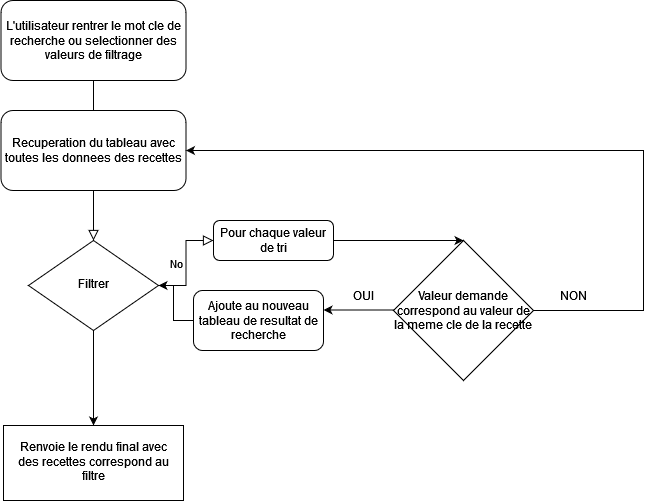
Above: Untitled Diagram.drawio.png in JacquesN16/P7-Search-Algo (draw.io), before the change. Source tidied: cells renumbered, new cells last; positions are measured from the earlier drawing's top-left corner, leaving out a move shared by most shapes. Its diagram source:
```xml
<mxGraphModel>
  <root>
    <mxCell id="0" />
    <mxCell id="1" parent="0" />
    <mxCell id="2" style="rounded=0;html=1;jettySize=auto;fontSize=11;endArrow=block;endFill=0;endSize=8;strokeWidth=1;shadow=0;labelBackgroundColor=none;edgeStyle=orthogonalEdgeStyle;" parent="1" edge="1" source="3" target="6">
      <mxGeometry relative="1" as="geometry" />
    </mxCell>
    <mxCell id="3" value="L'utilisateur rentrer le mot cle de recherche ou selectionner des valeurs de filtrage" style="rounded=1;whiteSpace=wrap;html=1;fontSize=12;glass=0;strokeWidth=1;shadow=0;" parent="1" vertex="1">
      <mxGeometry x="-0.5" width="185" height="80" as="geometry" />
    </mxCell>
    <mxCell id="4" value="No" style="edgeStyle=orthogonalEdgeStyle;rounded=0;html=1;jettySize=auto;fontSize=11;endArrow=block;endFill=0;endSize=8;strokeWidth=1;shadow=0;labelBackgroundColor=none;" parent="1" edge="1" source="6" target="8">
      <mxGeometry y="10" relative="1" as="geometry" />
    </mxCell>
    <mxCell id="5" style="edgeStyle=orthogonalEdgeStyle;rounded=0;jettySize=auto;html=1;" parent="1" edge="1" source="6" target="17">
      <mxGeometry relative="1" as="geometry" />
    </mxCell>
    <mxCell id="6" value="Filtrer" style="rhombus;whiteSpace=wrap;html=1;shadow=0;fontFamily=Helvetica;fontSize=12;align=center;strokeWidth=1;spacing=6;spacingTop=-4;" parent="1" vertex="1">
      <mxGeometry x="27" y="240" width="130" height="90" as="geometry" />
    </mxCell>
    <mxCell id="7" style="edgeStyle=orthogonalEdgeStyle;rounded=0;jettySize=auto;html=1;" parent="1" edge="1" source="8" target="12">
      <mxGeometry relative="1" as="geometry">
        <Array as="points">
          <mxPoint x="432" y="240" />
          <mxPoint x="432" y="240" />
        </Array>
      </mxGeometry>
    </mxCell>
    <mxCell id="8" value="Pour chaque valeur de tri" style="rounded=1;whiteSpace=wrap;html=1;fontSize=12;glass=0;strokeWidth=1;shadow=0;" parent="1" vertex="1">
      <mxGeometry x="212" y="220" width="120" height="40" as="geometry" />
    </mxCell>
    <mxCell id="9" value="Recuperation du tableau avec toutes les donnees des recettes" style="rounded=1;whiteSpace=wrap;html=1;fontSize=12;glass=0;strokeWidth=1;shadow=0;" parent="1" vertex="1">
      <mxGeometry x="-0.5" y="110" width="185" height="80" as="geometry" />
    </mxCell>
    <mxCell id="10" style="edgeStyle=orthogonalEdgeStyle;rounded=0;orthogonalLoop=1;jettySize=auto;html=1;" parent="1" edge="1">
      <mxGeometry relative="1" as="geometry">
        <mxPoint x="452" y="309.5" as="sourcePoint" />
        <mxPoint x="322" y="309.5" as="targetPoint" />
        <Array as="points">
          <mxPoint x="442" y="309.5" />
        </Array>
      </mxGeometry>
    </mxCell>
    <mxCell id="11" style="edgeStyle=orthogonalEdgeStyle;rounded=0;jettySize=auto;html=1;entryX=1;entryY=0.5;entryDx=0;entryDy=0;" parent="1" edge="1" source="12" target="9">
      <mxGeometry relative="1" as="geometry">
        <Array as="points">
          <mxPoint x="642" y="310" />
          <mxPoint x="642" y="150" />
        </Array>
      </mxGeometry>
    </mxCell>
    <mxCell id="12" value="Valeur demande correspond au valeur de la meme cle de la recette" style="rhombus;whiteSpace=wrap;html=1;" parent="1" vertex="1">
      <mxGeometry x="392" y="240" width="140" height="140" as="geometry" />
    </mxCell>
    <mxCell id="13" value="OUI" style="text;html=1;strokeColor=none;fillColor=none;align=center;verticalAlign=middle;whiteSpace=wrap;rounded=0;" parent="1" vertex="1">
      <mxGeometry x="332" y="280" width="60" height="30" as="geometry" />
    </mxCell>
    <mxCell id="14" value="NON" style="text;html=1;strokeColor=none;fillColor=none;align=center;verticalAlign=middle;whiteSpace=wrap;rounded=0;" parent="1" vertex="1">
      <mxGeometry x="542" y="280" width="60" height="30" as="geometry" />
    </mxCell>
    <mxCell id="15" style="edgeStyle=orthogonalEdgeStyle;rounded=0;jettySize=auto;html=1;" parent="1" edge="1" source="16" target="6">
      <mxGeometry relative="1" as="geometry" />
    </mxCell>
    <mxCell id="16" value="Ajoute au nouveau tableau de resultat de recherche" style="rounded=1;whiteSpace=wrap;html=1;" parent="1" vertex="1">
      <mxGeometry x="192" y="290" width="130" height="60" as="geometry" />
    </mxCell>
    <mxCell id="17" value="Renvoie le rendu final avec des recettes correspond au filtre" style="whiteSpace=wrap;html=1;shadow=0;strokeWidth=1;spacing=6;spacingTop=-4;" parent="1" vertex="1">
      <mxGeometry x="2" y="425" width="180" height="75" as="geometry" />
    </mxCell>
  </root>
</mxGraphModel>
```
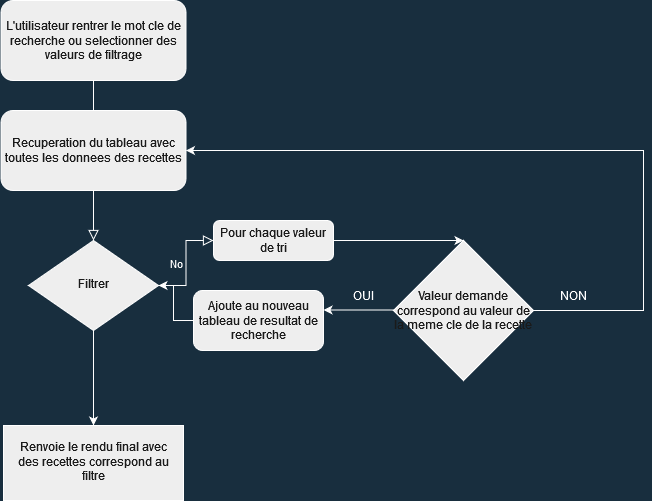
Above is the later version.

Diff of the diagram source:
```diff
@@ -1,23 +1,23 @@
-<mxGraphModel>
+<mxGraphModel background="#182E3E">
   <root>
     <mxCell id="0" />
     <mxCell id="1" parent="0" />
-    <mxCell id="2" style="rounded=0;html=1;jettySize=auto;fontSize=11;endArrow=block;endFill=0;endSize=8;strokeWidth=1;shadow=0;labelBackgroundColor=none;edgeStyle=orthogonalEdgeStyle;" parent="1" edge="1" source="3" target="6">
+    <mxCell id="2" style="rounded=0;html=1;jettySize=auto;fontSize=11;endArrow=block;endFill=0;endSize=8;strokeWidth=1;shadow=0;labelBackgroundColor=none;edgeStyle=orthogonalEdgeStyle;strokeColor=#FFFFFF;fontColor=#FFFFFF;" parent="1" edge="1" source="3" target="6">
       <mxGeometry relative="1" as="geometry" />
     </mxCell>
-    <mxCell id="3" value="L'utilisateur rentrer le mot cle de recherche ou selectionner des valeurs de filtrage" style="rounded=1;whiteSpace=wrap;html=1;fontSize=12;glass=0;strokeWidth=1;shadow=0;" parent="1" vertex="1">
+    <mxCell id="3" value="L'utilisateur rentrer le mot cle de recherche ou selectionner des valeurs de filtrage" style="rounded=1;whiteSpace=wrap;html=1;fontSize=12;glass=0;strokeWidth=1;shadow=0;fillColor=#EEEEEE;strokeColor=#FFFFFF;fontColor=#1A1A1A;" parent="1" vertex="1">
       <mxGeometry x="-0.5" width="185" height="80" as="geometry" />
     </mxCell>
-    <mxCell id="4" value="No" style="edgeStyle=orthogonalEdgeStyle;rounded=0;html=1;jettySize=auto;fontSize=11;endArrow=block;endFill=0;endSize=8;strokeWidth=1;shadow=0;labelBackgroundColor=none;" parent="1" edge="1" source="6" target="8">
+    <mxCell id="4" value="No" style="edgeStyle=orthogonalEdgeStyle;rounded=0;html=1;jettySize=auto;fontSize=11;endArrow=block;endFill=0;endSize=8;strokeWidth=1;shadow=0;labelBackgroundColor=none;strokeColor=#FFFFFF;fontColor=#FFFFFF;" parent="1" edge="1" source="6" target="8">
       <mxGeometry y="10" relative="1" as="geometry" />
     </mxCell>
-    <mxCell id="5" style="edgeStyle=orthogonalEdgeStyle;rounded=0;jettySize=auto;html=1;" parent="1" edge="1" source="6" target="17">
+    <mxCell id="5" style="edgeStyle=orthogonalEdgeStyle;rounded=0;jettySize=auto;html=1;labelBackgroundColor=#182E3E;strokeColor=#FFFFFF;fontColor=#FFFFFF;" parent="1" edge="1" source="6" target="17">
       <mxGeometry relative="1" as="geometry" />
     </mxCell>
-    <mxCell id="6" value="Filtrer" style="rhombus;whiteSpace=wrap;html=1;shadow=0;fontFamily=Helvetica;fontSize=12;align=center;strokeWidth=1;spacing=6;spacingTop=-4;" parent="1" vertex="1">
+    <mxCell id="6" value="Filtrer" style="rhombus;whiteSpace=wrap;html=1;shadow=0;fontFamily=Helvetica;fontSize=12;align=center;strokeWidth=1;spacing=6;spacingTop=-4;fillColor=#EEEEEE;strokeColor=#FFFFFF;fontColor=#1A1A1A;" parent="1" vertex="1">
       <mxGeometry x="27" y="240" width="130" height="90" as="geometry" />
     </mxCell>
-    <mxCell id="7" style="edgeStyle=orthogonalEdgeStyle;rounded=0;jettySize=auto;html=1;" parent="1" edge="1" source="8" target="12">
+    <mxCell id="7" style="edgeStyle=orthogonalEdgeStyle;rounded=0;jettySize=auto;html=1;labelBackgroundColor=#182E3E;strokeColor=#FFFFFF;fontColor=#FFFFFF;" parent="1" edge="1" source="8" target="12">
       <mxGeometry relative="1" as="geometry">
         <Array as="points">
           <mxPoint x="432" y="240" />
@@ -25,13 +25,13 @@
         </Array>
       </mxGeometry>
     </mxCell>
-    <mxCell id="8" value="Pour chaque valeur de tri" style="rounded=1;whiteSpace=wrap;html=1;fontSize=12;glass=0;strokeWidth=1;shadow=0;" parent="1" vertex="1">
+    <mxCell id="8" value="Pour chaque valeur de tri" style="rounded=1;whiteSpace=wrap;html=1;fontSize=12;glass=0;strokeWidth=1;shadow=0;fillColor=#EEEEEE;strokeColor=#FFFFFF;fontColor=#1A1A1A;" parent="1" vertex="1">
       <mxGeometry x="212" y="220" width="120" height="40" as="geometry" />
     </mxCell>
-    <mxCell id="9" value="Recuperation du tableau avec toutes les donnees des recettes" style="rounded=1;whiteSpace=wrap;html=1;fontSize=12;glass=0;strokeWidth=1;shadow=0;" parent="1" vertex="1">
+    <mxCell id="9" value="Recuperation du tableau avec toutes les donnees des recettes" style="rounded=1;whiteSpace=wrap;html=1;fontSize=12;glass=0;strokeWidth=1;shadow=0;fillColor=#EEEEEE;strokeColor=#FFFFFF;fontColor=#1A1A1A;" parent="1" vertex="1">
       <mxGeometry x="-0.5" y="110" width="185" height="80" as="geometry" />
     </mxCell>
-    <mxCell id="10" style="edgeStyle=orthogonalEdgeStyle;rounded=0;orthogonalLoop=1;jettySize=auto;html=1;" parent="1" edge="1">
+    <mxCell id="10" style="edgeStyle=orthogonalEdgeStyle;rounded=0;orthogonalLoop=1;jettySize=auto;html=1;labelBackgroundColor=#182E3E;strokeColor=#FFFFFF;fontColor=#FFFFFF;" parent="1" edge="1">
       <mxGeometry relative="1" as="geometry">
         <mxPoint x="452" y="309.5" as="sourcePoint" />
         <mxPoint x="322" y="309.5" as="targetPoint" />
@@ -40,7 +40,7 @@
         </Array>
       </mxGeometry>
     </mxCell>
-    <mxCell id="11" style="edgeStyle=orthogonalEdgeStyle;rounded=0;jettySize=auto;html=1;entryX=1;entryY=0.5;entryDx=0;entryDy=0;" parent="1" edge="1" source="12" target="9">
+    <mxCell id="11" style="edgeStyle=orthogonalEdgeStyle;rounded=0;jettySize=auto;html=1;entryX=1;entryY=0.5;entryDx=0;entryDy=0;labelBackgroundColor=#182E3E;strokeColor=#FFFFFF;fontColor=#FFFFFF;" parent="1" edge="1" source="12" target="9">
       <mxGeometry relative="1" as="geometry">
         <Array as="points">
           <mxPoint x="642" y="310" />
@@ -48,22 +48,22 @@
         </Array>
       </mxGeometry>
     </mxCell>
-    <mxCell id="12" value="Valeur demande correspond au valeur de la meme cle de la recette" style="rhombus;whiteSpace=wrap;html=1;" parent="1" vertex="1">
+    <mxCell id="12" value="Valeur demande correspond au valeur de la meme cle de la recette" style="rhombus;whiteSpace=wrap;html=1;fillColor=#EEEEEE;strokeColor=#FFFFFF;fontColor=#1A1A1A;" parent="1" vertex="1">
       <mxGeometry x="392" y="240" width="140" height="140" as="geometry" />
     </mxCell>
-    <mxCell id="13" value="OUI" style="text;html=1;strokeColor=none;fillColor=none;align=center;verticalAlign=middle;whiteSpace=wrap;rounded=0;" parent="1" vertex="1">
+    <mxCell id="13" value="OUI" style="text;html=1;strokeColor=none;fillColor=none;align=center;verticalAlign=middle;whiteSpace=wrap;rounded=0;fontColor=#FFFFFF;" parent="1" vertex="1">
       <mxGeometry x="332" y="280" width="60" height="30" as="geometry" />
     </mxCell>
-    <mxCell id="14" value="NON" style="text;html=1;strokeColor=none;fillColor=none;align=center;verticalAlign=middle;whiteSpace=wrap;rounded=0;" parent="1" vertex="1">
+    <mxCell id="14" value="NON" style="text;html=1;strokeColor=none;fillColor=none;align=center;verticalAlign=middle;whiteSpace=wrap;rounded=0;fontColor=#FFFFFF;" parent="1" vertex="1">
       <mxGeometry x="542" y="280" width="60" height="30" as="geometry" />
     </mxCell>
-    <mxCell id="15" style="edgeStyle=orthogonalEdgeStyle;rounded=0;jettySize=auto;html=1;" parent="1" edge="1" source="16" target="6">
+    <mxCell id="15" style="edgeStyle=orthogonalEdgeStyle;rounded=0;jettySize=auto;html=1;labelBackgroundColor=#182E3E;strokeColor=#FFFFFF;fontColor=#FFFFFF;" parent="1" edge="1" source="16" target="6">
       <mxGeometry relative="1" as="geometry" />
     </mxCell>
-    <mxCell id="16" value="Ajoute au nouveau tableau de resultat de recherche" style="rounded=1;whiteSpace=wrap;html=1;" parent="1" vertex="1">
+    <mxCell id="16" value="Ajoute au nouveau tableau de resultat de recherche" style="rounded=1;whiteSpace=wrap;html=1;fillColor=#EEEEEE;strokeColor=#FFFFFF;fontColor=#1A1A1A;" parent="1" vertex="1">
       <mxGeometry x="192" y="290" width="130" height="60" as="geometry" />
     </mxCell>
-    <mxCell id="17" value="Renvoie le rendu final avec des recettes correspond au filtre" style="whiteSpace=wrap;html=1;shadow=0;strokeWidth=1;spacing=6;spacingTop=-4;" parent="1" vertex="1">
+    <mxCell id="17" value="Renvoie le rendu final avec des recettes correspond au filtre" style="whiteSpace=wrap;html=1;shadow=0;strokeWidth=1;spacing=6;spacingTop=-4;fillColor=#EEEEEE;strokeColor=#FFFFFF;fontColor=#1A1A1A;" parent="1" vertex="1">
       <mxGeometry x="2" y="425" width="180" height="75" as="geometry" />
     </mxCell>
   </root>
```
